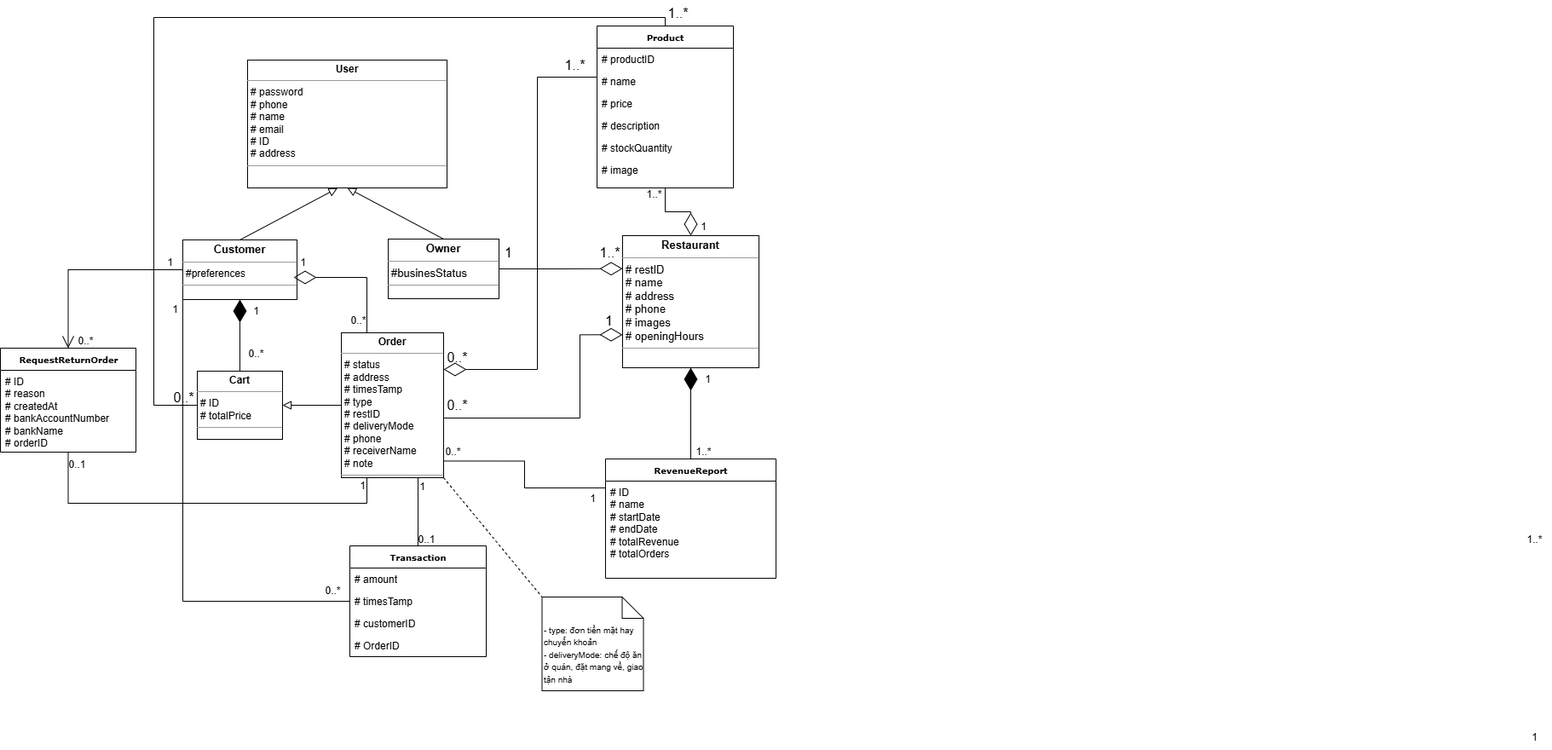
This is Class Diagram/0.DomainClassDiagram/DomainClassDiagram.drawio.png from Minh-Quan-dz123/NHOM12-HeThongBanHangChoCuaHang, a draw.io export, as it was before one commit. Source tidied: cells renumbered, new cells last; positions are measured from the earlier drawing's top-left corner, leaving out a move shared by most shapes.
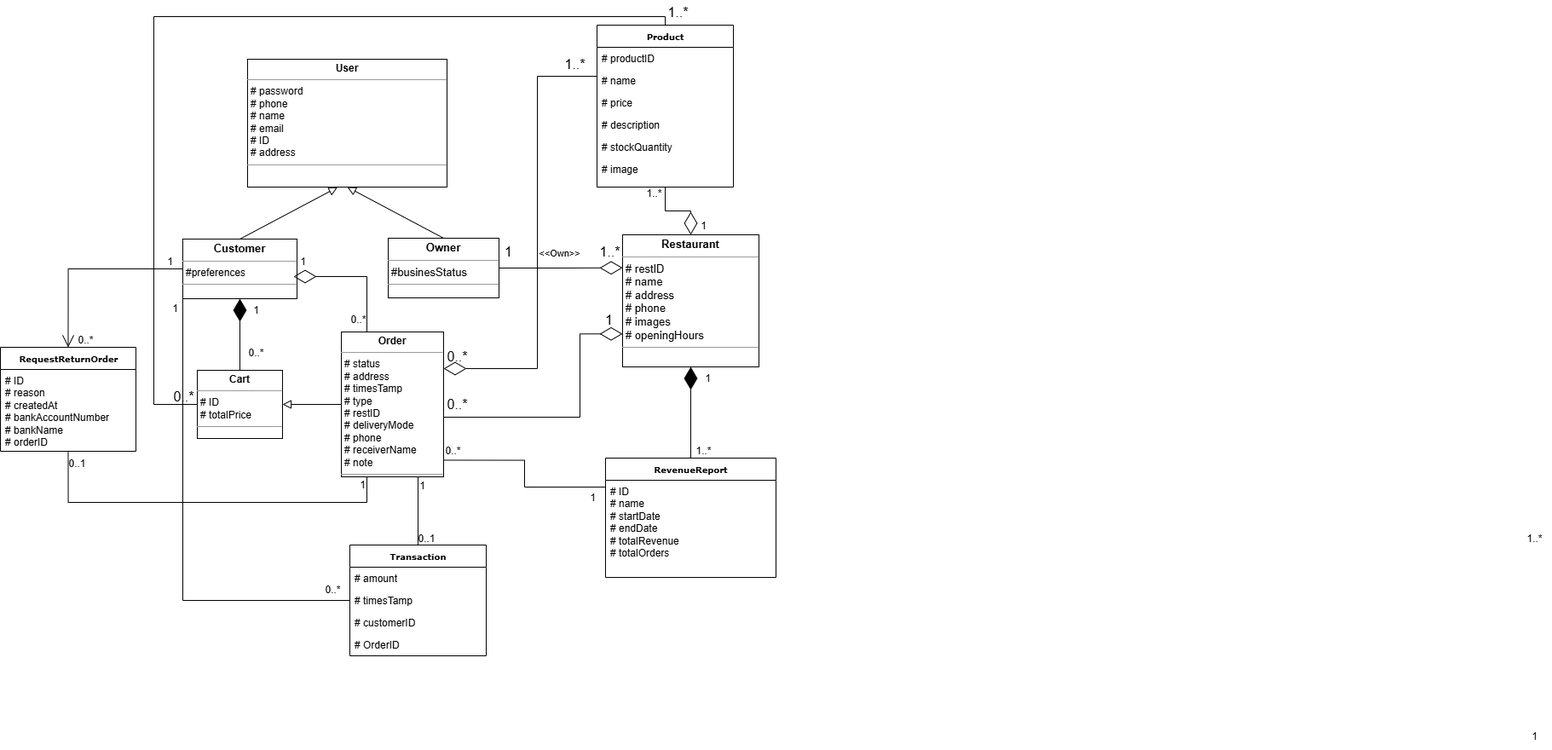
After the commit.

The edit, as a diff of the source:
```diff
@@ -246,11 +246,8 @@
     <mxCell id="71" value="0..*" style="text;html=1;align=center;verticalAlign=middle;strokeColor=none;fillColor=none;fontSize=16;" parent="1" vertex="1">
       <mxGeometry x="190" y="451" width="50" height="30" as="geometry" />
     </mxCell>
-    <mxCell id="72" value="&lt;font style=&quot;font-size: 10px;&quot;&gt;- type: đơn tiền mặt hay chuyển khoản&lt;/font&gt;&lt;div&gt;&lt;font style=&quot;font-size: 10px;&quot;&gt;- deliveryMode: chế độ ăn ở quán, đặt mang về, giao tận nhà&lt;/font&gt;&lt;/div&gt;" style="shape=note2;boundedLbl=1;whiteSpace=wrap;html=1;size=25;verticalAlign=top;align=left;" parent="1" vertex="1">
-      <mxGeometry x="635.5" y="700" width="119" height="110" as="geometry" />
-    </mxCell>
-    <mxCell id="73" style="endArrow=none;dashed=1;html=1;rounded=0;fontSize=12;startSize=8;endSize=8;curved=1;exitX=1;exitY=1;exitDx=0;exitDy=0;entryX=0;entryY=0;entryDx=0;entryDy=0;entryPerimeter=0;" parent="1" edge="1" source="21" target="72">
-      <mxGeometry relative="1" as="geometry" />
-    </mxCell>
+    <mxCell id="74" value="&lt;font style=&quot;font-size: 11px;&quot;&gt;&amp;lt;&amp;lt;Own&amp;gt;&amp;gt;&lt;/font&gt;" style="text;html=1;align=center;verticalAlign=middle;strokeColor=none;fillColor=none;fontSize=16;" parent="1" vertex="1">
+      <mxGeometry x="621" y="281" width="70" height="30" as="geometry" />
+    </mxCell>
   </root>
 </mxGraphModel>
```
